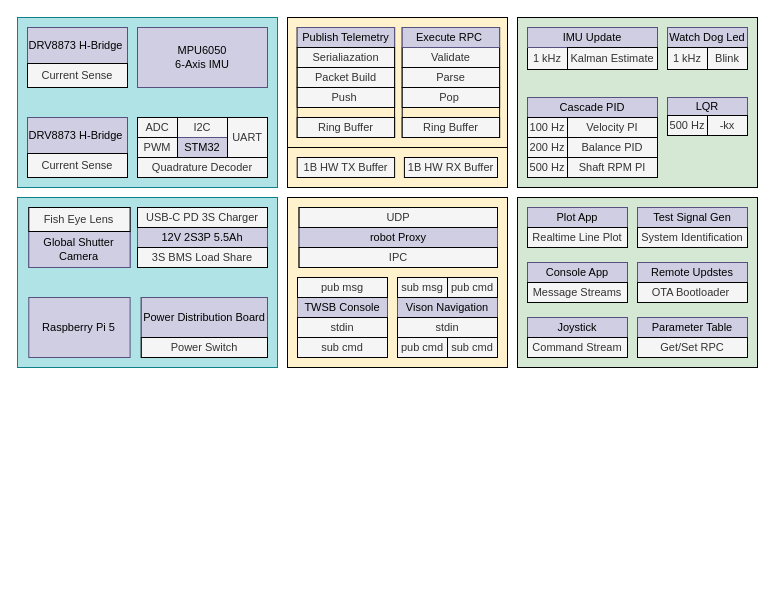
This is page "TOP" (1 of 3) of Docs/Charts/SystemOverview.drawio from Wrodders/dBot, a draw.io file, before an edit. Source tidied: cells renumbered, new cells numbered last; positions are measured from the earlier drawing's top-left corner, leaving out a move shared by most shapes. Both pictures are drawn from the tidied source at 100%, with x=0, y=0 at pixel (17, 17).
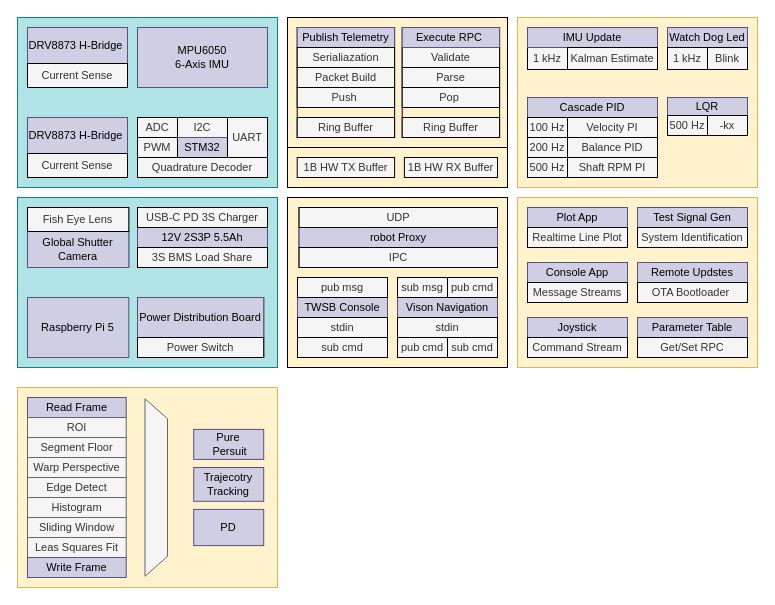
The same diagram, later.

What changed in the source:
```diff
@@
+    <mxCell id="92" style="rounded=0;whiteSpace=wrap;html=1;labelBackgroundColor=none;fontSize=11;fillColor=#fff2cc;strokeColor=#d6b656;" parent="1" vertex="1">
+      <mxGeometry y="370" width="260" height="200" as="geometry" />
+    </mxCell>
-    <mxCell id="2" style="rounded=0;whiteSpace=wrap;html=1;labelBackgroundColor=none;fontSize=11;fillColor=#d5e8d4;strokeColor=default;fontColor=#333333;" parent="1" vertex="1">
+    <mxCell id="2" style="rounded=0;whiteSpace=wrap;html=1;labelBackgroundColor=none;fontSize=11;fillColor=#fff2cc;strokeColor=#d6b656;" parent="1" vertex="1">
       <mxGeometry x="500" width="240" height="170" as="geometry" />
     </mxCell>
@@
-    <mxCell id="35" style="rounded=0;whiteSpace=wrap;html=1;labelBackgroundColor=none;fontSize=11;fillColor=#d5e8d4;strokeColor=default;fontColor=#333333;" parent="1" vertex="1">
+    <mxCell id="35" style="rounded=0;whiteSpace=wrap;html=1;labelBackgroundColor=none;fontSize=11;fillColor=#fff2cc;strokeColor=#d6b656;" parent="1" vertex="1">
       <mxGeometry x="500" y="180" width="240" height="170" as="geometry" />
     </mxCell>
@@
     <mxCell id="66" value="Raspberry Pi 5" style="rounded=0;whiteSpace=wrap;html=1;fontSize=11;fillColor=#d0cee2;strokeColor=#56517e;" parent="1" vertex="1">
-      <mxGeometry x="11.3" y="280" width="101.3" height="60" as="geometry" />
+      <mxGeometry x="10" y="280" width="101.3" height="60" as="geometry" />
     </mxCell>
     <mxCell id="67" style="group;fillColor=#d0cee2;strokeColor=#56517e;fontSize=11;" parent="1" vertex="1">
-      <mxGeometry x="11.3" y="190" width="101.3" height="60" as="geometry" />
+      <mxGeometry x="10" y="190" width="101.3" height="60" as="geometry" />
     </mxCell>
@@
     <mxCell id="74" style="group;fillColor=#f5f5f5;fontColor=#333333;strokeColor=default;fontSize=11;" parent="1" vertex="1">
-      <mxGeometry x="123.8" y="280" width="126.2" height="60" as="geometry" />
+      <mxGeometry x="120" y="280" width="126.2" height="60" as="geometry" />
     </mxCell>
@@
+    <mxCell id="93" value="Pure&lt;br&gt;&amp;nbsp;Persuit" style="rounded=0;whiteSpace=wrap;html=1;labelBackgroundColor=none;strokeColor=#56517e;fontSize=11;fillColor=#d0cee2;" parent="1" vertex="1">
+      <mxGeometry x="176.2" y="411.9" width="70" height="30" as="geometry" />
+    </mxCell>
+    <mxCell id="94" value="Trajecotry &lt;br&gt;Tracking" style="rounded=0;whiteSpace=wrap;html=1;labelBackgroundColor=none;strokeColor=#56517e;fontSize=11;fillColor=#d0cee2;" parent="1" vertex="1">
+      <mxGeometry x="176.2" y="450" width="70" height="33.8" as="geometry" />
+    </mxCell>
+    <mxCell id="95" style="group;" parent="1" vertex="1">
+      <mxGeometry x="10" y="380" width="98.7" height="160" as="geometry" />
+    </mxCell>
+    <mxCell id="96" value="Read Frame" style="rounded=0;whiteSpace=wrap;html=1;labelBackgroundColor=none;strokeColor=#56517e;fontSize=11;fillColor=#d0cee2;" parent="95" vertex="1">
+      <mxGeometry width="98.7" height="20" as="geometry" />
+    </mxCell>
+    <mxCell id="97" value="ROI" style="rounded=0;whiteSpace=wrap;html=1;labelBackgroundColor=none;fontSize=11;fillColor=#f5f5f5;fontColor=#333333;strokeColor=#666666;" parent="95" vertex="1">
+      <mxGeometry y="20" width="98.7" height="20" as="geometry" />
+    </mxCell>
+    <mxCell id="98" value="Segment Floor" style="rounded=0;whiteSpace=wrap;html=1;labelBackgroundColor=none;fontSize=11;fillColor=#f5f5f5;fontColor=#333333;strokeColor=#666666;" parent="95" vertex="1">
+      <mxGeometry y="40" width="98.7" height="20" as="geometry" />
+    </mxCell>
+    <mxCell id="99" value="Warp Perspective" style="rounded=0;whiteSpace=wrap;html=1;labelBackgroundColor=none;strokeColor=#666666;fontSize=11;fontColor=#333333;fillColor=#f5f5f5;" parent="95" vertex="1">
+      <mxGeometry y="60" width="98.7" height="20" as="geometry" />
+    </mxCell>
+    <mxCell id="100" value="Edge Detect" style="rounded=0;whiteSpace=wrap;html=1;labelBackgroundColor=none;fontSize=11;fillColor=#f5f5f5;strokeColor=#666666;fontColor=#333333;" parent="95" vertex="1">
+      <mxGeometry y="80" width="98.7" height="20" as="geometry" />
+    </mxCell>
+    <mxCell id="101" value="Histogram" style="rounded=0;whiteSpace=wrap;html=1;labelBackgroundColor=none;strokeColor=#666666;fontSize=11;fontColor=#333333;fillColor=#f5f5f5;" parent="95" vertex="1">
+      <mxGeometry y="100" width="98.7" height="20" as="geometry" />
+    </mxCell>
+    <mxCell id="102" value="Sliding Window" style="rounded=0;whiteSpace=wrap;html=1;labelBackgroundColor=none;strokeColor=#666666;fontSize=11;fontColor=#333333;fillColor=#f5f5f5;" parent="95" vertex="1">
+      <mxGeometry y="120" width="98.7" height="20" as="geometry" />
+    </mxCell>
+    <mxCell id="103" value="Leas Squares Fit" style="rounded=0;whiteSpace=wrap;html=1;labelBackgroundColor=none;strokeColor=#666666;fontSize=11;fontColor=#333333;fillColor=#f5f5f5;" parent="95" vertex="1">
+      <mxGeometry y="140" width="98.7" height="20" as="geometry" />
+    </mxCell>
+    <mxCell id="104" value="PD" style="rounded=0;whiteSpace=wrap;html=1;labelBackgroundColor=none;strokeColor=#56517e;fontSize=11;fillColor=#d0cee2;" parent="1" vertex="1">
+      <mxGeometry x="176.2" y="491.9" width="70" height="36.2" as="geometry" />
+    </mxCell>
+    <mxCell id="105" style="shape=trapezoid;perimeter=trapezoidPerimeter;whiteSpace=wrap;html=1;fixedSize=1;labelBackgroundColor=none;fontSize=11;fillColor=#f5f5f5;fontColor=#333333;strokeColor=#666666;rotation=90;flipV=0;" parent="1" vertex="1">
+      <mxGeometry x="50" y="458.8" width="177.5" height="22.5" as="geometry" />
+    </mxCell>
+    <mxCell id="106" value="Write Frame" style="rounded=0;whiteSpace=wrap;html=1;labelBackgroundColor=none;strokeColor=#56517e;fontSize=11;fillColor=#d0cee2;" parent="1" vertex="1">
+      <mxGeometry x="10" y="540" width="98.7" height="20" as="geometry" />
+    </mxCell>
```
